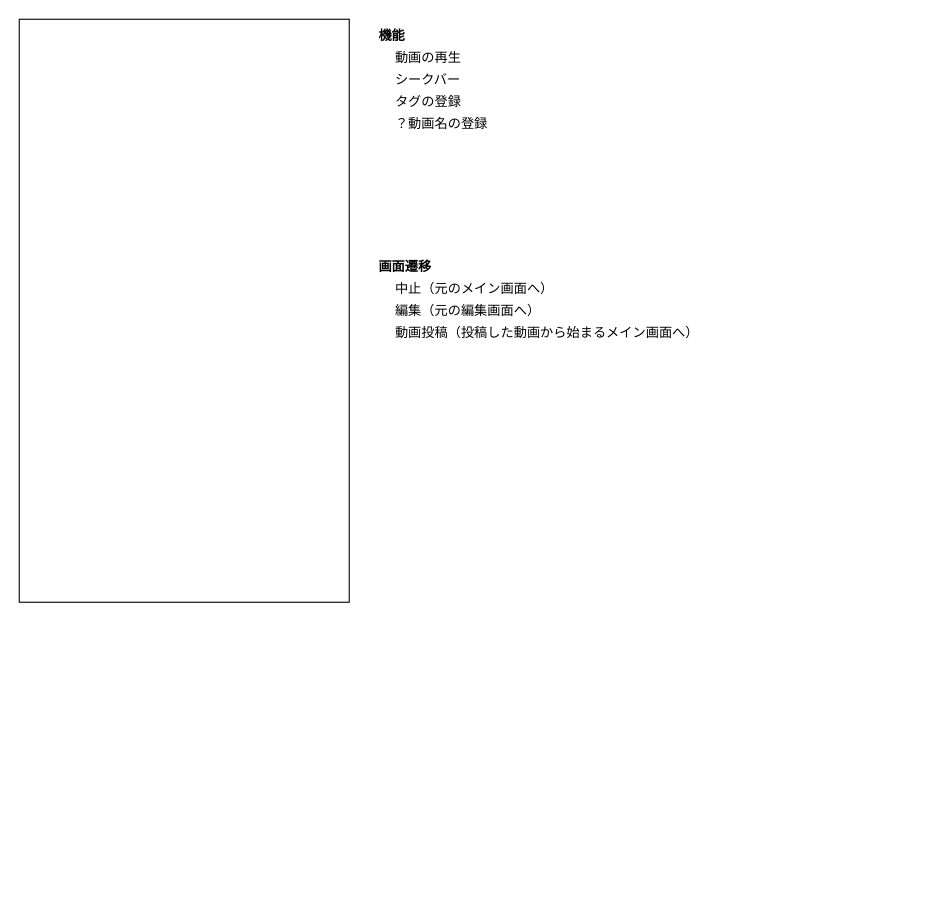
Before: 設計/check.dio in reitosu/ano_video_post, a draw.io diagram. Source tidied: cells renumbered, new cells numbered last; positions are measured from the earlier drawing's top-left corner, leaving out a move shared by most shapes. Both pictures are drawn from the tidied source at 110%, with x=0, y=0 at pixel (19, 19).
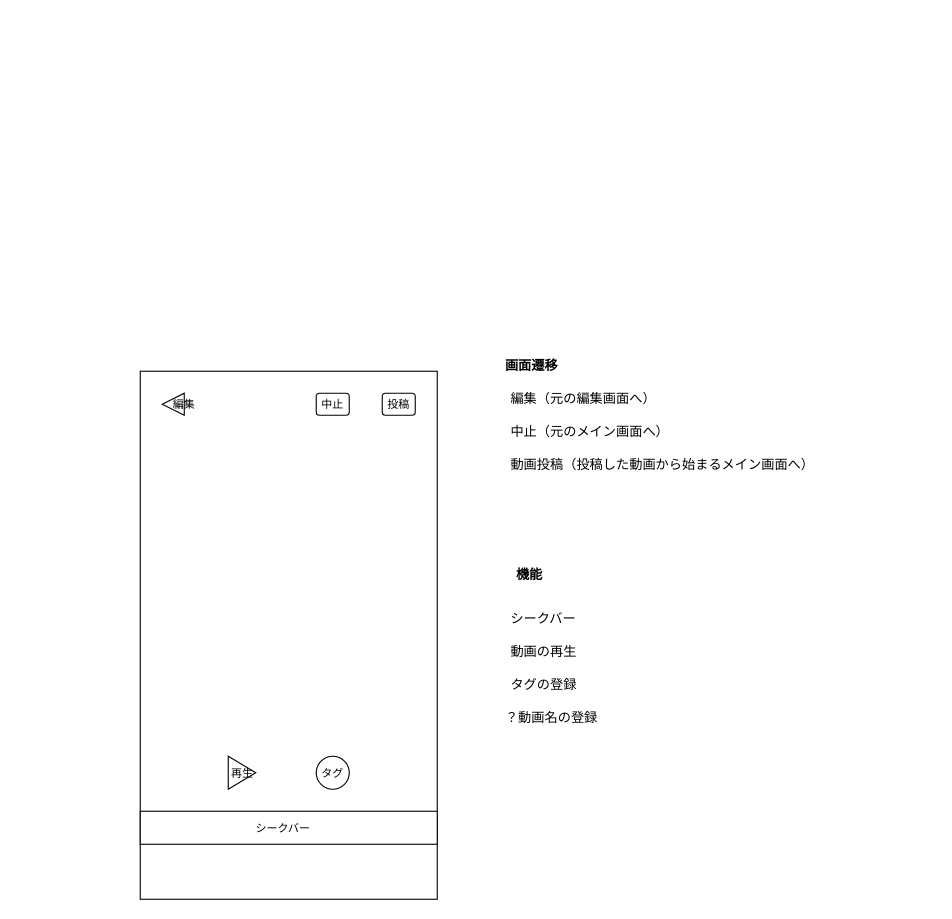
After the change.

Change to the diagram source:
```diff
@@
-    <mxCell id="2" style="rounded=0;whiteSpace=wrap;html=1;" parent="1" vertex="1">
-      <mxGeometry width="300" height="530" as="geometry" />
+    <mxCell id="2" style="rounded=0;whiteSpace=wrap;html=1;fillColor=none;" parent="1" vertex="1">
+      <mxGeometry x="110" y="320" width="270" height="480" as="geometry" />
     </mxCell>
     <mxCell id="3" value="&lt;b&gt;機能&lt;/b&gt;" style="text;html=1;strokeColor=none;fillColor=none;align=left;verticalAlign=middle;whiteSpace=wrap;rounded=0;" parent="1" vertex="1">
-      <mxGeometry x="325" width="380" height="30" as="geometry" />
+      <mxGeometry x="450" y="490" width="380" height="30" as="geometry" />
     </mxCell>
     <mxCell id="4" value="&lt;b&gt;画面遷移&lt;/b&gt;" style="text;html=1;strokeColor=none;fillColor=none;align=left;verticalAlign=middle;whiteSpace=wrap;rounded=0;" parent="1" vertex="1">
-      <mxGeometry x="325" y="210" width="380" height="30" as="geometry" />
+      <mxGeometry x="440" y="300" width="380" height="30" as="geometry" />
     </mxCell>
     <mxCell id="5" value="動画の再生" style="text;html=1;strokeColor=none;fillColor=none;align=left;verticalAlign=middle;whiteSpace=wrap;rounded=0;" parent="1" vertex="1">
-      <mxGeometry x="340" y="20" width="380" height="30" as="geometry" />
+      <mxGeometry x="445" y="560" width="380" height="30" as="geometry" />
     </mxCell>
     <mxCell id="6" value="シークバー" style="text;html=1;strokeColor=none;fillColor=none;align=left;verticalAlign=middle;whiteSpace=wrap;rounded=0;" parent="1" vertex="1">
-      <mxGeometry x="340" y="40" width="380" height="30" as="geometry" />
+      <mxGeometry x="445" y="530" width="380" height="30" as="geometry" />
     </mxCell>
     <mxCell id="7" value="中止（元のメイン画面へ）" style="text;html=1;strokeColor=none;fillColor=none;align=left;verticalAlign=middle;whiteSpace=wrap;rounded=0;" parent="1" vertex="1">
-      <mxGeometry x="340" y="230" width="380" height="30" as="geometry" />
+      <mxGeometry x="445" y="360" width="380" height="30" as="geometry" />
     </mxCell>
     <mxCell id="8" value="動画投稿（投稿した動画から始まるメイン画面へ）" style="text;html=1;strokeColor=none;fillColor=none;align=left;verticalAlign=middle;whiteSpace=wrap;rounded=0;" parent="1" vertex="1">
-      <mxGeometry x="340" y="270" width="380" height="30" as="geometry" />
+      <mxGeometry x="445" y="390" width="280" height="30" as="geometry" />
     </mxCell>
     <mxCell id="9" value="編集（元の編集画面へ）" style="text;html=1;strokeColor=none;fillColor=none;align=left;verticalAlign=middle;whiteSpace=wrap;rounded=0;" parent="1" vertex="1">
-      <mxGeometry x="340" y="250" width="380" height="30" as="geometry" />
+      <mxGeometry x="445" y="330" width="380" height="30" as="geometry" />
     </mxCell>
     <mxCell id="10" value="タグの登録" style="text;html=1;strokeColor=none;fillColor=none;align=left;verticalAlign=middle;whiteSpace=wrap;rounded=0;" parent="1" vertex="1">
-      <mxGeometry x="340" y="60" width="380" height="30" as="geometry" />
+      <mxGeometry x="445" y="590" width="380" height="30" as="geometry" />
     </mxCell>
     <mxCell id="11" value="？動画名の登録" style="text;html=1;strokeColor=none;fillColor=none;align=left;verticalAlign=middle;whiteSpace=wrap;rounded=0;" parent="1" vertex="1">
-      <mxGeometry x="340" y="80" width="380" height="30" as="geometry" />
+      <mxGeometry x="440" y="620" width="380" height="30" as="geometry" />
     </mxCell>
+    <mxCell id="12" style="rounded=0;whiteSpace=wrap;html=1;" parent="1" vertex="1">
+      <mxGeometry x="110" y="720" width="270" height="30" as="geometry" />
+    </mxCell>
+    <mxCell id="13" style="triangle;whiteSpace=wrap;html=1;rotation=-180;" parent="1" vertex="1">
+      <mxGeometry x="130" y="340" width="20" height="20" as="geometry" />
+    </mxCell>
+    <mxCell id="14" style="rounded=1;whiteSpace=wrap;html=1;" parent="1" vertex="1">
+      <mxGeometry x="330" y="340" width="30" height="20" as="geometry" />
+    </mxCell>
+    <mxCell id="15" style="rounded=1;whiteSpace=wrap;html=1;" parent="1" vertex="1">
+      <mxGeometry x="270" y="340" width="30" height="20" as="geometry" />
+    </mxCell>
+    <mxCell id="16" style="triangle;whiteSpace=wrap;html=1;rotation=0;" parent="1" vertex="1">
+      <mxGeometry x="190" y="670" width="25" height="30" as="geometry" />
+    </mxCell>
+    <mxCell id="17" style="ellipse;whiteSpace=wrap;html=1;" parent="1" vertex="1">
+      <mxGeometry x="270" y="670" width="30" height="30" as="geometry" />
+    </mxCell>
+    <mxCell id="18" value="&lt;font style=&quot;font-size: 10px;&quot;&gt;再生&lt;/font&gt;" style="text;html=1;strokeColor=none;fillColor=none;align=center;verticalAlign=middle;whiteSpace=wrap;rounded=0;" parent="1" vertex="1">
+      <mxGeometry x="172.5" y="670" width="60" height="30" as="geometry" />
+    </mxCell>
+    <mxCell id="19" value="タグ" style="text;html=1;strokeColor=none;fillColor=none;align=center;verticalAlign=middle;whiteSpace=wrap;rounded=0;fontSize=10;" parent="1" vertex="1">
+      <mxGeometry x="255" y="670" width="60" height="30" as="geometry" />
+    </mxCell>
+    <mxCell id="20" value="シークバー" style="text;html=1;strokeColor=none;fillColor=none;align=center;verticalAlign=middle;whiteSpace=wrap;rounded=0;fontSize=10;" parent="1" vertex="1">
+      <mxGeometry x="210" y="720" width="60" height="30" as="geometry" />
+    </mxCell>
+    <mxCell id="21" value="編集" style="text;html=1;strokeColor=none;fillColor=none;align=center;verticalAlign=middle;whiteSpace=wrap;rounded=0;fontSize=10;" parent="1" vertex="1">
+      <mxGeometry x="120" y="335" width="60" height="30" as="geometry" />
+    </mxCell>
+    <mxCell id="22" value="中止" style="text;html=1;strokeColor=none;fillColor=none;align=center;verticalAlign=middle;whiteSpace=wrap;rounded=0;fontSize=10;" parent="1" vertex="1">
+      <mxGeometry x="255" y="335" width="60" height="30" as="geometry" />
+    </mxCell>
+    <mxCell id="23" value="投稿" style="text;html=1;strokeColor=none;fillColor=none;align=center;verticalAlign=middle;whiteSpace=wrap;rounded=0;fontSize=10;" parent="1" vertex="1">
+      <mxGeometry x="315" y="335" width="60" height="30" as="geometry" />
+    </mxCell>
```
